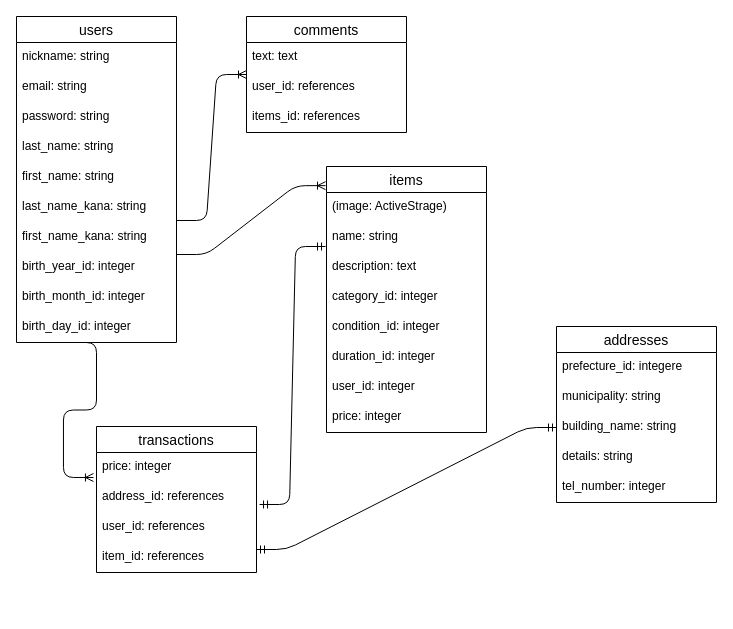
Before: ER図.drawio in T-Umino/furima-30506, a draw.io diagram. Source tidied: cells renumbered, new cells numbered last; positions are measured from the earlier drawing's top-left corner, leaving out a move shared by most shapes. Both pictures are drawn from the tidied source at 100%, with x=0, y=0 at pixel (16, 16).
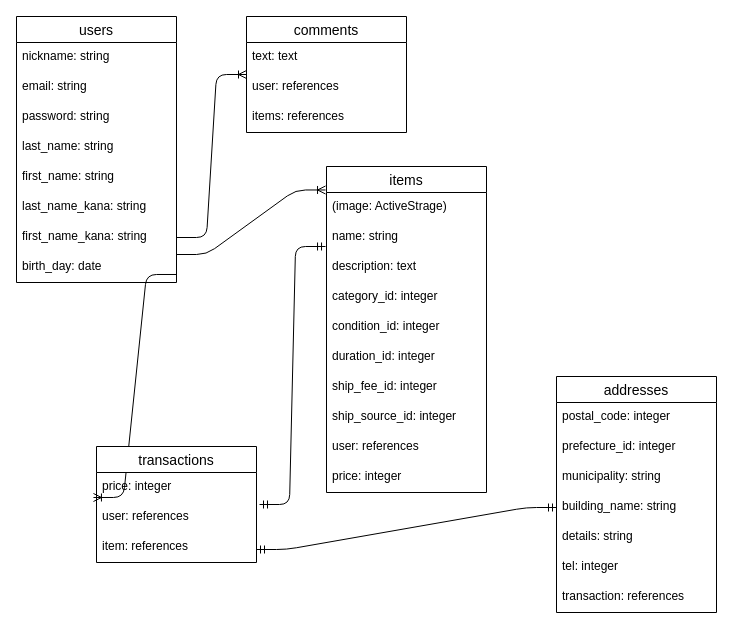
The same page after the edit.

Commit message (it also covers changes not shown here):
テーブル設計（修正）

The change refers to these unchanged cells:
```xml
<mxCell id="9" value="first_name_kana: string" style="text;strokeColor=none;fillColor=none;spacingLeft=4;spacingRight=4;overflow=hidden;points=[[0,0.5],[1,0.5]];portConstraint=eastwest;fontSize=12;" parent="2" vertex="1">
  <mxGeometry y="206" width="160" height="30" as="geometry" />
</mxCell>
<mxCell id="21" value="comments" style="swimlane;fontStyle=0;horizontal=1;startSize=26;align=center;fontSize=14;" parent="1" vertex="1">
  <mxGeometry x="230" width="160" height="116" as="geometry" />
</mxCell>
<mxCell id="27" value="name: string" style="text;strokeColor=none;fillColor=none;spacingLeft=4;spacingRight=4;overflow=hidden;points=[[0,0.5],[1,0.5]];portConstraint=eastwest;fontSize=12;" parent="25" vertex="1">
  <mxGeometry y="56" width="160" height="30" as="geometry" />
</mxCell>
```

What changed in the source:
```diff
@@
     <mxCell id="2" value="users" style="swimlane;fontStyle=0;horizontal=1;startSize=26;align=center;fontSize=14;" parent="1" vertex="1">
-      <mxGeometry width="160" height="326" as="geometry" />
+      <mxGeometry width="160" height="266" as="geometry" />
     </mxCell>
@@
-    <mxCell id="10" value="birth_year_id: integer" style="text;strokeColor=none;fillColor=none;spacingLeft=4;spacingRight=4;overflow=hidden;points=[[0,0.5],[1,0.5]];portConstraint=eastwest;fontSize=12;" parent="2" vertex="1">
-      <mxGeometry y="236" width="160" height="30" as="geometry" />
-    </mxCell>
-    <mxCell id="11" value="birth_month_id: integer" style="text;strokeColor=none;fillColor=none;spacingLeft=4;spacingRight=4;overflow=hidden;fontSize=12;" parent="2" vertex="1">
-      <mxGeometry y="266" width="160" height="30" as="geometry" />
-    </mxCell>
-    <mxCell id="12" style="edgeStyle=entityRelationEdgeStyle;fontSize=12;html=1;endArrow=ERoneToMany;entryX=-0.019;entryY=0.833;entryDx=0;entryDy=0;entryPerimeter=0;" parent="2" edge="1" target="16">
-      <mxGeometry relative="1" as="geometry">
-        <mxPoint x="50" y="326" as="sourcePoint" />
-      </mxGeometry>
-    </mxCell>
-    <mxCell id="13" value="birth_day_id: integer" style="text;strokeColor=none;fillColor=none;spacingLeft=4;spacingRight=4;overflow=hidden;points=[[0,0.5],[1,0.5]];portConstraint=eastwest;fontSize=12;" parent="2" vertex="1">
-      <mxGeometry y="296" width="160" height="30" as="geometry" />
+    <mxCell id="13" value="birth_day: date" style="text;strokeColor=none;fillColor=none;spacingLeft=4;spacingRight=4;overflow=hidden;points=[[0,0.5],[1,0.5]];portConstraint=eastwest;fontSize=12;" parent="2" vertex="1">
+      <mxGeometry y="236" width="160" height="30" as="geometry" />
     </mxCell>
-    <mxCell id="14" style="edgeStyle=entityRelationEdgeStyle;fontSize=12;html=1;endArrow=ERoneToMany;entryX=-0.006;entryY=0.072;entryDx=0;entryDy=0;entryPerimeter=0;exitX=1;exitY=0.067;exitDx=0;exitDy=0;exitPerimeter=0;" parent="1" edge="1" source="10" target="25">
-      <mxGeometry relative="1" as="geometry" />
+    <mxCell id="14" style="edgeStyle=entityRelationEdgeStyle;fontSize=12;html=1;endArrow=ERoneToMany;entryX=-0.006;entryY=0.072;entryDx=0;entryDy=0;entryPerimeter=0;exitX=1;exitY=0.067;exitDx=0;exitDy=0;exitPerimeter=0;" parent="1" edge="1" target="25">
+      <mxGeometry relative="1" as="geometry">
+        <mxPoint x="160" y="238" as="sourcePoint" />
+      </mxGeometry>
     </mxCell>
-    <mxCell id="15" value="transactions" style="swimlane;fontStyle=0;horizontal=1;startSize=26;align=center;fontSize=14;" parent="1" vertex="1">
-      <mxGeometry x="80" y="410" width="160" height="146" as="geometry" />
-    </mxCell>
-    <mxCell id="16" value="price: integer" style="text;strokeColor=none;fillColor=none;spacingLeft=4;spacingRight=4;overflow=hidden;points=[[0,0.5],[1,0.5]];portConstraint=eastwest;fontSize=12;" parent="15" vertex="1">
-      <mxGeometry y="26" width="160" height="30" as="geometry" />
-    </mxCell>
-    <mxCell id="17" value="address_id: references" style="text;strokeColor=none;fillColor=none;spacingLeft=4;spacingRight=4;overflow=hidden;points=[[0,0.5],[1,0.5]];portConstraint=eastwest;fontSize=12;" parent="15" vertex="1">
-      <mxGeometry y="56" width="160" height="30" as="geometry" />
-    </mxCell>
-    <mxCell id="18" value="user_id: references" style="text;strokeColor=none;fillColor=none;spacingLeft=4;spacingRight=4;overflow=hidden;fontSize=12;" parent="15" vertex="1">
-      <mxGeometry y="86" width="160" height="30" as="geometry" />
-    </mxCell>
-    <mxCell id="19" value="item_id: references" style="text;strokeColor=none;fillColor=none;spacingLeft=4;spacingRight=4;overflow=hidden;fontSize=12;" parent="15" vertex="1">
-      <mxGeometry y="116" width="160" height="30" as="geometry" />
-    </mxCell>
-    <mxCell id="20" style="edgeStyle=entityRelationEdgeStyle;fontSize=12;html=1;endArrow=ERmandOne;startArrow=ERmandOne;exitX=1.019;exitY=0.733;exitDx=0;exitDy=0;exitPerimeter=0;entryX=-0.006;entryY=0.8;entryDx=0;entryDy=0;entryPerimeter=0;" parent="1" edge="1" source="17" target="27">
-      <mxGeometry relative="1" as="geometry" />
+    <mxCell id="20" style="edgeStyle=entityRelationEdgeStyle;fontSize=12;html=1;endArrow=ERmandOne;startArrow=ERmandOne;exitX=1.019;exitY=0.733;exitDx=0;exitDy=0;exitPerimeter=0;entryX=-0.006;entryY=0.8;entryDx=0;entryDy=0;entryPerimeter=0;" parent="1" edge="1" target="27">
+      <mxGeometry relative="1" as="geometry">
+        <mxPoint x="243" y="488" as="sourcePoint" />
+      </mxGeometry>
     </mxCell>
@@
-    <mxCell id="23" value="user_id: references" style="text;strokeColor=none;fillColor=none;spacingLeft=4;spacingRight=4;overflow=hidden;fontSize=12;" parent="21" vertex="1">
+    <mxCell id="23" value="user: references" style="text;strokeColor=none;fillColor=none;spacingLeft=4;spacingRight=4;overflow=hidden;fontSize=12;" parent="21" vertex="1">
       <mxGeometry y="56" width="160" height="30" as="geometry" />
     </mxCell>
-    <mxCell id="24" value="items_id: references" style="text;strokeColor=none;fillColor=none;spacingLeft=4;spacingRight=4;overflow=hidden;fontSize=12;" parent="21" vertex="1">
+    <mxCell id="24" value="items: references" style="text;strokeColor=none;fillColor=none;spacingLeft=4;spacingRight=4;overflow=hidden;fontSize=12;" parent="21" vertex="1">
       <mxGeometry y="86" width="160" height="30" as="geometry" />
     </mxCell>
     <mxCell id="25" value="items" style="swimlane;fontStyle=0;horizontal=1;startSize=26;align=center;fontSize=14;" parent="1" vertex="1">
-      <mxGeometry x="310" y="150" width="160" height="266" as="geometry" />
+      <mxGeometry x="310" y="150" width="160" height="326" as="geometry" />
     </mxCell>
@@
+    <mxCell id="42" value="condition_id: integer" style="text;strokeColor=none;fillColor=none;spacingLeft=4;spacingRight=4;overflow=hidden;fontSize=12;" parent="25" vertex="1">
+      <mxGeometry y="146" width="160" height="30" as="geometry" />
+    </mxCell>
+    <mxCell id="43" value="duration_id: integer" style="text;strokeColor=none;fillColor=none;spacingLeft=4;spacingRight=4;overflow=hidden;fontSize=12;" parent="25" vertex="1">
+      <mxGeometry y="176" width="160" height="30" as="geometry" />
+    </mxCell>
-    <mxCell id="30" value="condition_id: integer" style="text;strokeColor=none;fillColor=none;spacingLeft=4;spacingRight=4;overflow=hidden;fontSize=12;" parent="25" vertex="1">
-      <mxGeometry y="146" width="160" height="30" as="geometry" />
+    <mxCell id="30" value="ship_fee_id: integer" style="text;strokeColor=none;fillColor=none;spacingLeft=4;spacingRight=4;overflow=hidden;fontSize=12;" parent="25" vertex="1">
+      <mxGeometry y="206" width="160" height="30" as="geometry" />
     </mxCell>
-    <mxCell id="31" value="duration_id: integer" style="text;strokeColor=none;fillColor=none;spacingLeft=4;spacingRight=4;overflow=hidden;fontSize=12;" parent="25" vertex="1">
-      <mxGeometry y="176" width="160" height="30" as="geometry" />
+    <mxCell id="31" value="ship_source_id: integer" style="text;strokeColor=none;fillColor=none;spacingLeft=4;spacingRight=4;overflow=hidden;fontSize=12;" parent="25" vertex="1">
+      <mxGeometry y="236" width="160" height="30" as="geometry" />
     </mxCell>
-    <mxCell id="32" value="user_id: integer" style="text;strokeColor=none;fillColor=none;spacingLeft=4;spacingRight=4;overflow=hidden;fontSize=12;" parent="25" vertex="1">
-      <mxGeometry y="206" width="160" height="30" as="geometry" />
+    <mxCell id="32" value="user: references" style="text;strokeColor=none;fillColor=none;spacingLeft=4;spacingRight=4;overflow=hidden;fontSize=12;" parent="25" vertex="1">
+      <mxGeometry y="266" width="160" height="30" as="geometry" />
     </mxCell>
     <mxCell id="33" value="price: integer" style="text;strokeColor=none;fillColor=none;spacingLeft=4;spacingRight=4;overflow=hidden;fontSize=12;" parent="25" vertex="1">
-      <mxGeometry y="236" width="160" height="30" as="geometry" />
+      <mxGeometry y="296" width="160" height="30" as="geometry" />
     </mxCell>
-    <mxCell id="34" style="edgeStyle=entityRelationEdgeStyle;fontSize=12;html=1;endArrow=ERoneToMany;exitX=1;exitY=-0.067;exitDx=0;exitDy=0;exitPerimeter=0;" parent="1" edge="1" source="9" target="21">
+    <mxCell id="34" style="edgeStyle=entityRelationEdgeStyle;fontSize=12;html=1;endArrow=ERoneToMany;exitX=1;exitY=0.5;exitDx=0;exitDy=0;" parent="1" edge="1" source="9" target="21">
       <mxGeometry relative="1" as="geometry" />
     </mxCell>
@@
+    <mxCell id="12" style="edgeStyle=entityRelationEdgeStyle;fontSize=12;html=1;endArrow=ERoneToMany;entryX=-0.019;entryY=0.833;entryDx=0;entryDy=0;entryPerimeter=0;exitX=1;exitY=0.733;exitDx=0;exitDy=0;exitPerimeter=0;" parent="1" edge="1" source="13" target="16">
+      <mxGeometry relative="1" as="geometry" />
+    </mxCell>
     <mxCell id="36" value="addresses" style="swimlane;fontStyle=0;horizontal=1;startSize=26;align=center;fontSize=14;" parent="1" vertex="1">
-      <mxGeometry x="540" y="310" width="160" height="176" as="geometry" />
+      <mxGeometry x="540" y="360" width="160" height="236" as="geometry" />
     </mxCell>
-    <mxCell id="37" value="prefecture_id: integere" style="text;strokeColor=none;fillColor=none;spacingLeft=4;spacingRight=4;overflow=hidden;fontSize=12;" parent="36" vertex="1">
+    <mxCell id="37" value="postal_code: integer" style="text;strokeColor=none;fillColor=none;spacingLeft=4;spacingRight=4;overflow=hidden;fontSize=12;" parent="36" vertex="1">
       <mxGeometry y="26" width="160" height="30" as="geometry" />
     </mxCell>
+    <mxCell id="44" value="prefecture_id: integer" style="text;strokeColor=none;fillColor=none;spacingLeft=4;spacingRight=4;overflow=hidden;fontSize=12;" parent="36" vertex="1">
+      <mxGeometry y="56" width="160" height="30" as="geometry" />
+    </mxCell>
     <mxCell id="38" value="municipality: string" style="text;strokeColor=none;fillColor=none;spacingLeft=4;spacingRight=4;overflow=hidden;fontSize=12;" parent="36" vertex="1">
-      <mxGeometry y="56" width="160" height="30" as="geometry" />
+      <mxGeometry y="86" width="160" height="30" as="geometry" />
     </mxCell>
     <mxCell id="39" value="building_name: string" style="text;strokeColor=none;fillColor=none;spacingLeft=4;spacingRight=4;overflow=hidden;points=[[0,0.5],[1,0.5]];portConstraint=eastwest;fontSize=12;" parent="36" vertex="1">
-      <mxGeometry y="86" width="160" height="30" as="geometry" />
+      <mxGeometry y="116" width="160" height="30" as="geometry" />
     </mxCell>
     <mxCell id="40" value="details: string" style="text;strokeColor=none;fillColor=none;spacingLeft=4;spacingRight=4;overflow=hidden;fontSize=12;" parent="36" vertex="1">
-      <mxGeometry y="116" width="160" height="30" as="geometry" />
+      <mxGeometry y="146" width="160" height="30" as="geometry" />
     </mxCell>
-    <mxCell id="41" value="tel_number: integer" style="text;strokeColor=none;fillColor=none;spacingLeft=4;spacingRight=4;overflow=hidden;fontSize=12;" parent="36" vertex="1">
-      <mxGeometry y="146" width="160" height="30" as="geometry" />
+    <mxCell id="41" value="tel: integer" style="text;strokeColor=none;fillColor=none;spacingLeft=4;spacingRight=4;overflow=hidden;fontSize=12;" parent="36" vertex="1">
+      <mxGeometry y="176" width="160" height="30" as="geometry" />
     </mxCell>
+    <mxCell id="45" value="transaction: references" style="text;strokeColor=none;fillColor=none;spacingLeft=4;spacingRight=4;overflow=hidden;fontSize=12;" parent="36" vertex="1">
+      <mxGeometry y="206" width="160" height="30" as="geometry" />
+    </mxCell>
+    <mxCell id="15" value="transactions" style="swimlane;fontStyle=0;horizontal=1;startSize=26;align=center;fontSize=14;" parent="1" vertex="1">
+      <mxGeometry x="80" y="430" width="160" height="116" as="geometry" />
+    </mxCell>
+    <mxCell id="16" value="price: integer" style="text;strokeColor=none;fillColor=none;spacingLeft=4;spacingRight=4;overflow=hidden;points=[[0,0.5],[1,0.5]];portConstraint=eastwest;fontSize=12;" parent="15" vertex="1">
+      <mxGeometry y="26" width="160" height="30" as="geometry" />
+    </mxCell>
+    <mxCell id="18" value="user: references" style="text;strokeColor=none;fillColor=none;spacingLeft=4;spacingRight=4;overflow=hidden;fontSize=12;" parent="15" vertex="1">
+      <mxGeometry y="56" width="160" height="30" as="geometry" />
+    </mxCell>
+    <mxCell id="19" value="item: references" style="text;strokeColor=none;fillColor=none;spacingLeft=4;spacingRight=4;overflow=hidden;fontSize=12;" parent="15" vertex="1">
+      <mxGeometry y="86" width="160" height="30" as="geometry" />
+    </mxCell>
```
